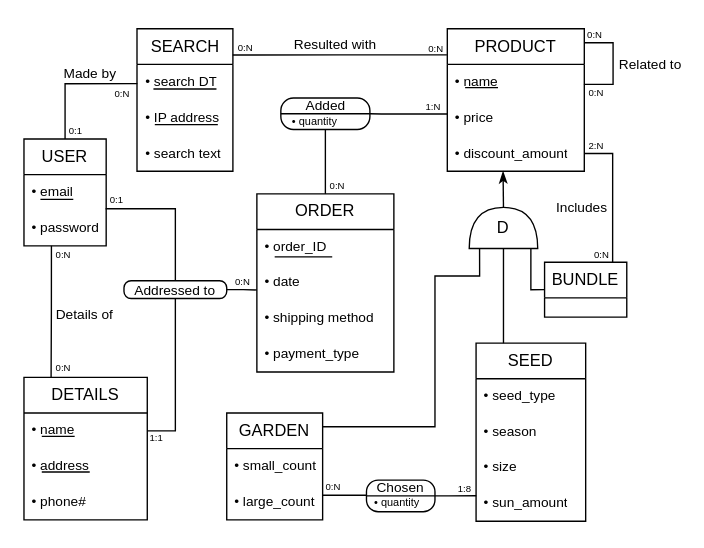
TomGeva/DB_project keeps this draw.io diagram as part 2/ERD fixed.drawio. Above is the earlier version. Source tidied: cells renumbered, new cells numbered last; positions are measured from the earlier drawing's top-left corner, leaving out a move shared by most shapes. Both pictures are drawn from the tidied source at 137%, with x=0, y=0 at pixel (23, 26).
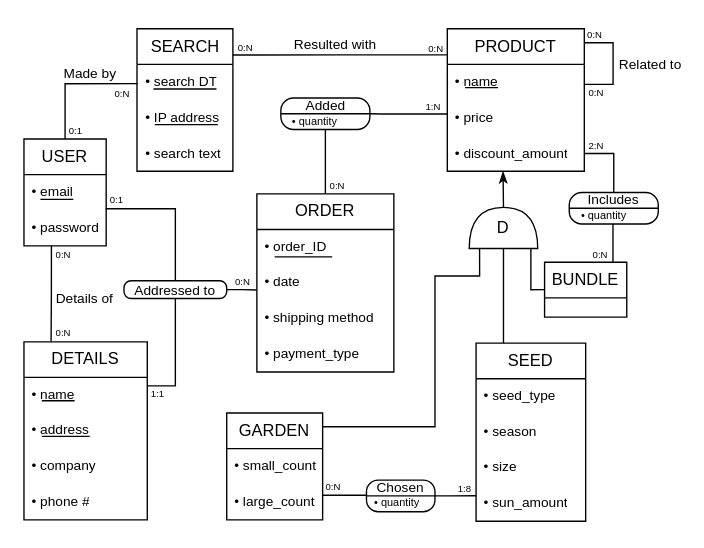
The same page after the edit.

Unchanged cells that the change refers to:
```xml
<mxCell id="26" value="• discount_amount" style="text;strokeColor=none;fillColor=none;align=left;verticalAlign=top;spacingLeft=4;spacingRight=4;overflow=hidden;points=[[0,0.5],[1,0.5]];portConstraint=eastwest;whiteSpace=wrap;html=1;fontSize=10;rounded=0;" parent="23" vertex="1">
  <mxGeometry y="78" width="100" height="26" as="geometry" />
</mxCell>
<mxCell id="71" value="&lt;span style=&quot;font-size: 10px;&quot;&gt;Addressed to&lt;br&gt;&lt;/span&gt;" style="rounded=1;whiteSpace=wrap;html=1;arcSize=40;" parent="1" vertex="1">
  <mxGeometry x="73" y="185.4" width="75" height="13" as="geometry" />
</mxCell>
<mxCell id="91" value="BUNDLE" style="swimlane;fontStyle=0;horizontal=1;startSize=26;fillColor=none;whiteSpace=wrap;html=1;rounded=0;" parent="1" vertex="1">
  <mxGeometry x="380" y="171.9" width="60" height="40.1" as="geometry" />
</mxCell>
```

What changed in the source:
```diff
@@
-    <mxCell id="59" style="endArrow=none;html=1;rounded=0;edgeStyle=orthogonalEdgeStyle;entryX=1;entryY=0.5;entryDx=0;entryDy=0;exitX=0.828;exitY=-0.002;exitDx=0;exitDy=0;exitPerimeter=0;" parent="1" edge="1" source="91" target="26">
+    <mxCell id="59" style="endArrow=none;html=1;rounded=0;edgeStyle=orthogonalEdgeStyle;entryX=1;entryY=0.5;entryDx=0;entryDy=0;exitX=0.5;exitY=0;exitDx=0;exitDy=0;" parent="1" edge="1" source="60" target="26">
       <mxGeometry relative="1" as="geometry">
         <Array as="points">
-          <mxPoint x="430" y="93" />
+          <mxPoint x="431" y="93" />
         </Array>
       </mxGeometry>
     </mxCell>
-    <mxCell id="60" value="Includes" style="edgeLabel;html=1;align=center;verticalAlign=middle;points=[];labelBackgroundColor=none;fontSize=10;rounded=0;" parent="59" vertex="1">
-      <mxGeometry x="-0.22" relative="1" as="geometry">
-        <mxPoint x="-23" y="-1" as="offset" />
-      </mxGeometry>
-    </mxCell>
     <mxCell id="61" value="&lt;font style=&quot;font-size: 7px;&quot;&gt;0:N&lt;/font&gt;" style="text;html=1;strokeColor=none;fillColor=none;align=center;verticalAlign=middle;whiteSpace=wrap;rounded=0;" parent="1" vertex="1">
-      <mxGeometry x="412" y="159.9" width="20" height="10" as="geometry" />
+      <mxGeometry x="411" y="159.9" width="20" height="10" as="geometry" />
     </mxCell>
@@
     <mxCell id="64" value="&lt;font style=&quot;font-size: 7px;&quot;&gt;1:1&lt;/font&gt;" style="text;html=1;strokeColor=none;fillColor=none;align=center;verticalAlign=middle;whiteSpace=wrap;rounded=0;" parent="1" vertex="1">
-      <mxGeometry x="86.5" y="294" width="20" height="10" as="geometry" />
+      <mxGeometry x="88" y="262" width="20" height="10" as="geometry" />
     </mxCell>
@@
     <mxCell id="68" value="&lt;font style=&quot;font-size: 7px;&quot;&gt;0:N&lt;/font&gt;" style="text;html=1;strokeColor=none;fillColor=none;align=center;verticalAlign=middle;whiteSpace=wrap;rounded=0;" parent="1" vertex="1">
-      <mxGeometry x="19" y="243" width="20" height="10" as="geometry" />
+      <mxGeometry x="19" y="217" width="20" height="10" as="geometry" />
     </mxCell>
@@
-    <mxCell id="70" style="edgeStyle=orthogonalEdgeStyle;rounded=0;jettySize=auto;html=1;endArrow=none;endFill=0;exitX=0.5;exitY=1;exitDx=0;exitDy=0;entryX=1;entryY=0.5;entryDx=0;entryDy=0;" parent="1" edge="1" source="71" target="83">
+    <mxCell id="70" style="edgeStyle=orthogonalEdgeStyle;rounded=0;jettySize=auto;html=1;endArrow=none;endFill=0;exitX=0.5;exitY=1;exitDx=0;exitDy=0;entryX=0.998;entryY=0.236;entryDx=0;entryDy=0;entryPerimeter=0;" parent="1" edge="1" source="71" target="83">
       <mxGeometry relative="1" as="geometry">
         <Array as="points">
-          <mxPoint x="111" y="295" />
+          <mxPoint x="111" y="262" />
         </Array>
       </mxGeometry>
     </mxCell>
@@
-    <mxCell id="79" style="group;" parent="1" vertex="1">
-      <mxGeometry y="256" width="90" height="104" as="geometry" />
-    </mxCell>
-    <mxCell id="80" style="group;" parent="79" vertex="1">
-      <mxGeometry width="90" height="104" as="geometry" />
-    </mxCell>
-    <mxCell id="81" style="group;rounded=0;" parent="80" vertex="1">
-      <mxGeometry width="90" height="104" as="geometry" />
-    </mxCell>
-    <mxCell id="82" value="DETAILS" style="swimlane;fontStyle=0;horizontal=1;startSize=26;fillColor=none;whiteSpace=wrap;html=1;rounded=0;" parent="81" vertex="1">
-      <mxGeometry width="90" height="104" as="geometry" />
-    </mxCell>
-    <mxCell id="83" value="• name" style="text;strokeColor=none;fillColor=none;align=left;verticalAlign=top;spacingLeft=4;spacingRight=4;overflow=hidden;points=[[0,0.5],[1,0.5]];portConstraint=eastwest;whiteSpace=wrap;html=1;fontSize=10;rounded=0;" parent="82" vertex="1">
-      <mxGeometry y="26" width="90" height="26" as="geometry" />
-    </mxCell>
-    <mxCell id="84" value="• address" style="text;strokeColor=none;fillColor=none;align=left;verticalAlign=top;spacingLeft=4;spacingRight=4;overflow=hidden;whiteSpace=wrap;html=1;fontSize=10;rounded=0;" parent="82" vertex="1">
-      <mxGeometry y="52" width="90" height="26" as="geometry" />
-    </mxCell>
-    <mxCell id="85" value="• phone#" style="text;strokeColor=none;fillColor=none;align=left;verticalAlign=top;spacingLeft=4;spacingRight=4;overflow=hidden;whiteSpace=wrap;html=1;fontSize=10;rounded=0;" parent="82" vertex="1">
-      <mxGeometry y="78" width="90" height="26" as="geometry" />
-    </mxCell>
-    <mxCell id="86" style="endArrow=none;html=1;rounded=0;" parent="79" edge="1">
-      <mxGeometry relative="1" as="geometry">
-        <mxPoint x="13" y="43" as="sourcePoint" />
-        <mxPoint x="37" y="43" as="targetPoint" />
-      </mxGeometry>
-    </mxCell>
-    <mxCell id="87" style="endArrow=none;html=1;rounded=0;" parent="79" edge="1">
-      <mxGeometry relative="1" as="geometry">
-        <mxPoint x="13" y="69" as="sourcePoint" />
-        <mxPoint x="48" y="69" as="targetPoint" />
-      </mxGeometry>
-    </mxCell>
@@
+    <mxCell id="92" style="group;" parent="1" vertex="1">
+      <mxGeometry y="230" width="90" height="130" as="geometry" />
+    </mxCell>
+    <mxCell id="86" style="endArrow=none;html=1;rounded=0;" parent="92" edge="1">
+      <mxGeometry relative="1" as="geometry">
+        <mxPoint x="13" y="43" as="sourcePoint" />
+        <mxPoint x="37" y="43" as="targetPoint" />
+      </mxGeometry>
+    </mxCell>
+    <mxCell id="87" style="endArrow=none;html=1;rounded=0;" parent="92" edge="1">
+      <mxGeometry relative="1" as="geometry">
+        <mxPoint x="13" y="69" as="sourcePoint" />
+        <mxPoint x="48" y="69" as="targetPoint" />
+      </mxGeometry>
+    </mxCell>
+    <mxCell id="82" value="DETAILS" style="swimlane;fontStyle=0;horizontal=1;startSize=26;fillColor=none;whiteSpace=wrap;html=1;rounded=0;" parent="92" vertex="1">
+      <mxGeometry width="90" height="130" as="geometry" />
+    </mxCell>
+    <mxCell id="83" value="• name" style="text;strokeColor=none;fillColor=none;align=left;verticalAlign=top;spacingLeft=4;spacingRight=4;overflow=hidden;points=[[0,0.5],[1,0.5]];portConstraint=eastwest;whiteSpace=wrap;html=1;fontSize=10;rounded=0;" parent="82" vertex="1">
+      <mxGeometry y="26" width="90" height="26" as="geometry" />
+    </mxCell>
+    <mxCell id="84" value="• address" style="text;strokeColor=none;fillColor=none;align=left;verticalAlign=top;spacingLeft=4;spacingRight=4;overflow=hidden;whiteSpace=wrap;html=1;fontSize=10;rounded=0;" parent="82" vertex="1">
+      <mxGeometry y="52" width="90" height="26" as="geometry" />
+    </mxCell>
+    <mxCell id="93" value="• company" style="text;strokeColor=none;fillColor=none;align=left;verticalAlign=top;spacingLeft=4;spacingRight=4;overflow=hidden;whiteSpace=wrap;html=1;fontSize=10;rounded=0;" parent="82" vertex="1">
+      <mxGeometry y="78" width="90" height="26" as="geometry" />
+    </mxCell>
+    <mxCell id="85" value="• phone #" style="text;strokeColor=none;fillColor=none;align=left;verticalAlign=top;spacingLeft=4;spacingRight=4;overflow=hidden;whiteSpace=wrap;html=1;fontSize=10;rounded=0;" parent="82" vertex="1">
+      <mxGeometry y="104" width="90" height="26" as="geometry" />
+    </mxCell>
+    <mxCell id="94" style="group;rounded=0;" parent="1" vertex="1">
+      <mxGeometry x="398" y="121" width="65" height="23" as="geometry" />
+    </mxCell>
+    <mxCell id="60" value="&lt;span style=&quot;font-size: 10px;&quot;&gt;Includes&lt;br&gt;&lt;br&gt;&lt;/span&gt;" style="rounded=1;whiteSpace=wrap;html=1;arcSize=40;" parent="94" vertex="1">
+      <mxGeometry width="65" height="23" as="geometry" />
+    </mxCell>
+    <mxCell id="95" value="• quantity" style="text;html=1;strokeColor=none;fillColor=none;align=left;verticalAlign=middle;whiteSpace=wrap;rounded=0;fontSize=8;" parent="94" vertex="1">
+      <mxGeometry x="6.5" y="13" width="52" height="8" as="geometry" />
+    </mxCell>
+    <mxCell id="96" style="endArrow=none;html=1;rounded=0;entryX=1;entryY=0.5;entryDx=0;entryDy=0;exitX=0;exitY=0.5;exitDx=0;exitDy=0;" parent="94" edge="1" source="60" target="60">
+      <mxGeometry relative="1" as="geometry" />
+    </mxCell>
+    <mxCell id="97" style="edgeStyle=orthogonalEdgeStyle;rounded=0;jettySize=auto;html=1;endArrow=none;endFill=0;entryX=0.832;entryY=0.003;entryDx=0;entryDy=0;entryPerimeter=0;exitX=0.491;exitY=1.003;exitDx=0;exitDy=0;exitPerimeter=0;" parent="1" edge="1" source="60" target="91">
+      <mxGeometry relative="1" as="geometry" />
+    </mxCell>
```
